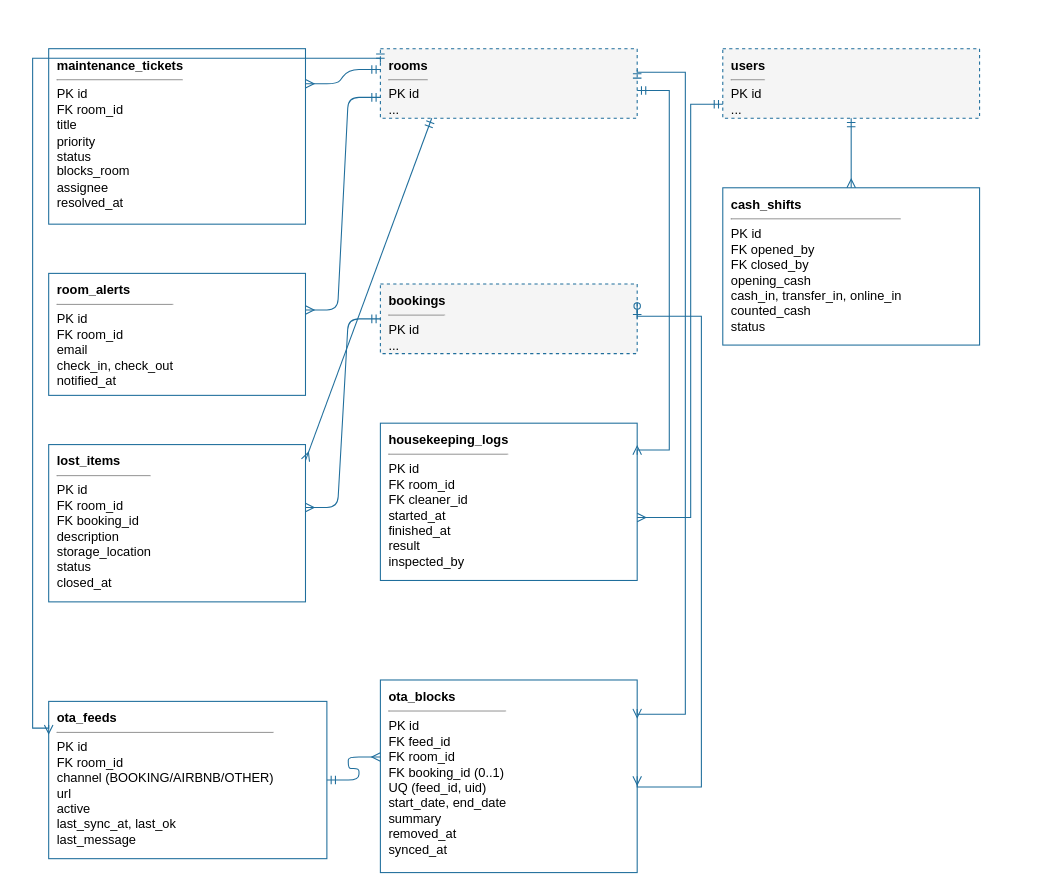
ngynquchn2511/beach-hotel keeps this draw.io diagram as docs/thiet-ke/erd-4-van-hanh.drawio. Above is the earlier version. Source tidied: cells renumbered, new cells numbered last; positions are measured from the earlier drawing's top-left corner, leaving out a move shared by most shapes. Both pictures are drawn from the tidied source at 107%, with x=0, y=0 at pixel (32, 48).
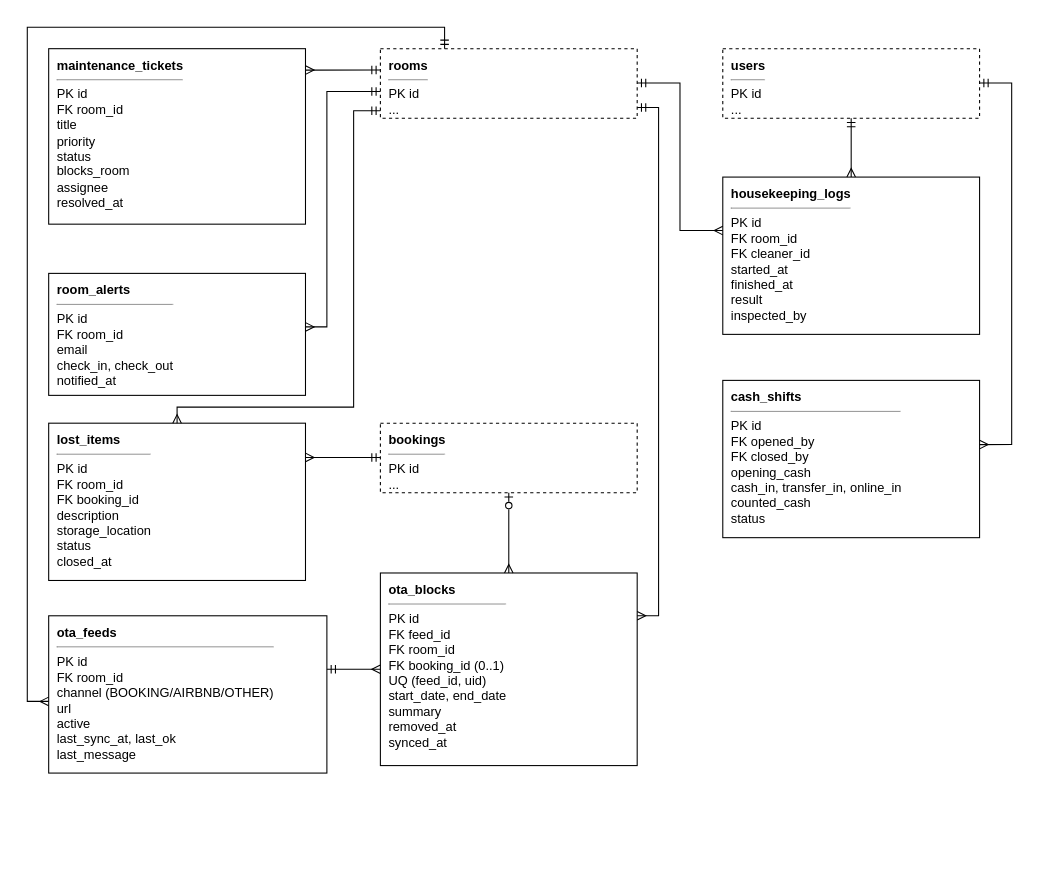
The same diagram, later.

Diff of the diagram source:
```diff
@@
-    <mxCell id="2" value="&lt;b&gt;maintenance_tickets&lt;/b&gt;&lt;hr size=&quot;1&quot;&gt;PK id&lt;br&gt;FK room_id&lt;br&gt;title&lt;br&gt;priority&lt;br&gt;status&lt;br&gt;blocks_room&lt;br&gt;assignee&lt;br&gt;resolved_at" style="rounded=0;whiteSpace=wrap;html=1;align=left;verticalAlign=top;spacingLeft=6;spacingTop=2;fillColor=#FFFFFF;strokeColor=#1F6E9C;fontSize=11;fontSize=12;" parent="1" vertex="1">
+    <mxCell id="2" value="&lt;b&gt;maintenance_tickets&lt;/b&gt;&lt;hr size=&quot;1&quot;&gt;PK id&lt;br&gt;FK room_id&lt;br&gt;title&lt;br&gt;priority&lt;br&gt;status&lt;br&gt;blocks_room&lt;br&gt;assignee&lt;br&gt;resolved_at" style="rounded=0;whiteSpace=wrap;html=1;align=left;verticalAlign=top;spacingLeft=6;spacingTop=2;fillColor=#FFFFFF;strokeColor=#000000;fontSize=11;fontSize=12;" parent="1" vertex="1">
       <mxGeometry x="15" width="240" height="164" as="geometry" />
     </mxCell>
-    <mxCell id="3" value="&lt;b&gt;room_alerts&lt;/b&gt;&lt;hr size=&quot;1&quot;&gt;PK id&lt;br&gt;FK room_id&lt;br&gt;email&lt;br&gt;check_in, check_out&lt;br&gt;notified_at" style="rounded=0;whiteSpace=wrap;html=1;align=left;verticalAlign=top;spacingLeft=6;spacingTop=2;fillColor=#FFFFFF;strokeColor=#1F6E9C;fontSize=11;fontSize=12;" parent="1" vertex="1">
+    <mxCell id="3" value="&lt;b&gt;room_alerts&lt;/b&gt;&lt;hr size=&quot;1&quot;&gt;PK id&lt;br&gt;FK room_id&lt;br&gt;email&lt;br&gt;check_in, check_out&lt;br&gt;notified_at" style="rounded=0;whiteSpace=wrap;html=1;align=left;verticalAlign=top;spacingLeft=6;spacingTop=2;fillColor=#FFFFFF;strokeColor=#000000;fontSize=11;fontSize=12;" parent="1" vertex="1">
       <mxGeometry x="15" y="210" width="240" height="114" as="geometry" />
     </mxCell>
-    <mxCell id="4" value="&lt;b&gt;lost_items&lt;/b&gt;&lt;hr size=&quot;1&quot;&gt;PK id&lt;br&gt;FK room_id&lt;br&gt;FK booking_id&lt;br&gt;description&lt;br&gt;storage_location&lt;br&gt;status&lt;br&gt;closed_at" style="rounded=0;whiteSpace=wrap;html=1;align=left;verticalAlign=top;spacingLeft=6;spacingTop=2;fillColor=#FFFFFF;strokeColor=#1F6E9C;fontSize=11;fontSize=12;" parent="1" vertex="1">
-      <mxGeometry x="15" y="370" width="240" height="147" as="geometry" />
+    <mxCell id="4" value="&lt;b&gt;lost_items&lt;/b&gt;&lt;hr size=&quot;1&quot;&gt;PK id&lt;br&gt;FK room_id&lt;br&gt;FK booking_id&lt;br&gt;description&lt;br&gt;storage_location&lt;br&gt;status&lt;br&gt;closed_at" style="rounded=0;whiteSpace=wrap;html=1;align=left;verticalAlign=top;spacingLeft=6;spacingTop=2;fillColor=#FFFFFF;strokeColor=#000000;fontSize=11;fontSize=12;" parent="1" vertex="1">
+      <mxGeometry x="15" y="350" width="240" height="147" as="geometry" />
     </mxCell>
-    <mxCell id="5" value="&lt;b&gt;rooms&lt;/b&gt;&lt;hr size=&quot;1&quot;&gt;PK id&lt;br&gt;..." style="rounded=0;whiteSpace=wrap;html=1;align=left;verticalAlign=top;spacingLeft=6;spacingTop=2;fillColor=#FFFFFF;strokeColor=#1F6E9C;fontSize=11;fillColor=#F5F5F5;dashed=1;fontSize=12;" parent="1" vertex="1">
+    <mxCell id="5" value="&lt;b&gt;rooms&lt;/b&gt;&lt;hr size=&quot;1&quot;&gt;PK id&lt;br&gt;..." style="rounded=0;whiteSpace=wrap;html=1;align=left;verticalAlign=top;spacingLeft=6;spacingTop=2;fillColor=#FFFFFF;strokeColor=#000000;fontSize=11;fillColor=#FFFFFF;dashed=1;fontSize=12;" parent="1" vertex="1">
       <mxGeometry x="325" width="240" height="65" as="geometry" />
     </mxCell>
-    <mxCell id="6" value="&lt;b&gt;bookings&lt;/b&gt;&lt;hr size=&quot;1&quot;&gt;PK id&lt;br&gt;..." style="rounded=0;whiteSpace=wrap;html=1;align=left;verticalAlign=top;spacingLeft=6;spacingTop=2;fillColor=#FFFFFF;strokeColor=#1F6E9C;fontSize=11;fillColor=#F5F5F5;dashed=1;fontSize=12;" parent="1" vertex="1">
-      <mxGeometry x="325" y="220" width="240" height="65" as="geometry" />
+    <mxCell id="6" value="&lt;b&gt;bookings&lt;/b&gt;&lt;hr size=&quot;1&quot;&gt;PK id&lt;br&gt;..." style="rounded=0;whiteSpace=wrap;html=1;align=left;verticalAlign=top;spacingLeft=6;spacingTop=2;fillColor=#FFFFFF;strokeColor=#000000;fontSize=11;fillColor=#FFFFFF;dashed=1;fontSize=12;" parent="1" vertex="1">
+      <mxGeometry x="325" y="350" width="240" height="65" as="geometry" />
     </mxCell>
-    <mxCell id="7" value="&lt;b&gt;housekeeping_logs&lt;/b&gt;&lt;hr size=&quot;1&quot;&gt;PK id&lt;br&gt;FK room_id&lt;br&gt;FK cleaner_id&lt;br&gt;started_at&lt;br&gt;finished_at&lt;br&gt;result&lt;br&gt;inspected_by" style="rounded=0;whiteSpace=wrap;html=1;align=left;verticalAlign=top;spacingLeft=6;spacingTop=2;fillColor=#FFFFFF;strokeColor=#1F6E9C;fontSize=11;fontSize=12;" parent="1" vertex="1">
-      <mxGeometry x="325" y="350" width="240" height="147" as="geometry" />
+    <mxCell id="7" value="&lt;b&gt;housekeeping_logs&lt;/b&gt;&lt;hr size=&quot;1&quot;&gt;PK id&lt;br&gt;FK room_id&lt;br&gt;FK cleaner_id&lt;br&gt;started_at&lt;br&gt;finished_at&lt;br&gt;result&lt;br&gt;inspected_by" style="rounded=0;whiteSpace=wrap;html=1;align=left;verticalAlign=top;spacingLeft=6;spacingTop=2;fillColor=#FFFFFF;strokeColor=#000000;fontSize=11;fontSize=12;" parent="1" vertex="1">
+      <mxGeometry x="645" y="120" width="240" height="147" as="geometry" />
     </mxCell>
-    <mxCell id="8" value="&lt;b&gt;users&lt;/b&gt;&lt;hr size=&quot;1&quot;&gt;PK id&lt;br&gt;..." style="rounded=0;whiteSpace=wrap;html=1;align=left;verticalAlign=top;spacingLeft=6;spacingTop=2;fillColor=#FFFFFF;strokeColor=#1F6E9C;fontSize=11;fillColor=#F5F5F5;dashed=1;fontSize=12;" parent="1" vertex="1">
+    <mxCell id="8" value="&lt;b&gt;users&lt;/b&gt;&lt;hr size=&quot;1&quot;&gt;PK id&lt;br&gt;..." style="rounded=0;whiteSpace=wrap;html=1;align=left;verticalAlign=top;spacingLeft=6;spacingTop=2;fillColor=#FFFFFF;strokeColor=#000000;fontSize=11;fillColor=#FFFFFF;dashed=1;fontSize=12;" parent="1" vertex="1">
       <mxGeometry x="645" width="240" height="65" as="geometry" />
     </mxCell>
-    <mxCell id="9" value="&lt;b&gt;cash_shifts&lt;/b&gt;&lt;hr size=&quot;1&quot;&gt;PK id&lt;br&gt;FK opened_by&lt;br&gt;FK closed_by&lt;br&gt;opening_cash&lt;br&gt;cash_in, transfer_in, online_in&lt;br&gt;counted_cash&lt;br&gt;status" style="rounded=0;whiteSpace=wrap;html=1;align=left;verticalAlign=top;spacingLeft=6;spacingTop=2;fillColor=#FFFFFF;strokeColor=#1F6E9C;fontSize=11;fontSize=12;" parent="1" vertex="1">
-      <mxGeometry x="645" y="130" width="240" height="147" as="geometry" />
+    <mxCell id="9" value="&lt;b&gt;cash_shifts&lt;/b&gt;&lt;hr size=&quot;1&quot;&gt;PK id&lt;br&gt;FK opened_by&lt;br&gt;FK closed_by&lt;br&gt;opening_cash&lt;br&gt;cash_in, transfer_in, online_in&lt;br&gt;counted_cash&lt;br&gt;status" style="rounded=0;whiteSpace=wrap;html=1;align=left;verticalAlign=top;spacingLeft=6;spacingTop=2;fillColor=#FFFFFF;strokeColor=#000000;fontSize=11;fontSize=12;" parent="1" vertex="1">
+      <mxGeometry x="645" y="310" width="240" height="147" as="geometry" />
     </mxCell>
-    <mxCell id="10" style="edgeStyle=entityRelationEdgeStyle;fontSize=12;html=1;endArrow=ERmany;startArrow=ERmandOne;endFill=0;startFill=0;strokeColor=#1F6E9C;exitX=0;exitY=0.3;exitDx=0;exitDy=0;entryX=1;entryY=0.2;entryDx=0;entryDy=0;" parent="1" edge="1" source="5" target="2">
+    <mxCell id="10" style="fontSize=12;html=1;endArrow=ERmany;startArrow=ERmandOne;endFill=0;startFill=0;strokeColor=#000000;edgeStyle=orthogonalEdgeStyle;rounded=0;exitX=0.0000;exitY=0.3077;exitPerimeter=0;entryX=1.0000;entryY=0.1220;entryPerimeter=0;" parent="1" edge="1" source="5" target="2">
       <mxGeometry relative="1" as="geometry" />
     </mxCell>
-    <mxCell id="11" style="edgeStyle=entityRelationEdgeStyle;fontSize=12;html=1;endArrow=ERmany;startArrow=ERmandOne;endFill=0;startFill=0;strokeColor=#1F6E9C;exitX=0;exitY=0.7;exitDx=0;exitDy=0;entryX=1;entryY=0.3;entryDx=0;entryDy=0;" parent="1" edge="1" source="5" target="3">
-      <mxGeometry relative="1" as="geometry" />
+    <mxCell id="11" style="fontSize=12;html=1;endArrow=ERmany;startArrow=ERmandOne;endFill=0;startFill=0;strokeColor=#000000;edgeStyle=orthogonalEdgeStyle;rounded=0;exitX=0.0000;exitY=0.6154;exitPerimeter=0;entryX=1.0000;entryY=0.4386;entryPerimeter=0;" parent="1" edge="1" source="5" target="3">
+      <mxGeometry relative="1" as="geometry">
+        <Array as="points">
+          <mxPoint x="275" y="40" />
+          <mxPoint x="275" y="260" />
+        </Array>
+      </mxGeometry>
     </mxCell>
-    <mxCell id="12" style="edgeStyle=entityRelationEdgeStyle;fontSize=12;html=1;endArrow=ERmany;startArrow=ERmandOne;endFill=0;startFill=0;strokeColor=#1F6E9C;edgeStyle=none;exitX=0.2;exitY=1;exitDx=0;exitDy=0;entryX=1;entryY=0.1;entryDx=0;entryDy=0;" parent="1" edge="1" source="5" target="4">
-      <mxGeometry relative="1" as="geometry" />
+    <mxCell id="12" style="fontSize=12;html=1;endArrow=ERmany;startArrow=ERmandOne;endFill=0;startFill=0;strokeColor=#000000;edgeStyle=orthogonalEdgeStyle;rounded=0;exitX=0.0000;exitY=0.8923;exitPerimeter=0;entryX=0.5000;entryY=0.0000;entryPerimeter=0;" parent="1" edge="1" source="5" target="4">
+      <mxGeometry relative="1" as="geometry">
+        <Array as="points">
+          <mxPoint x="300" y="58" />
+          <mxPoint x="300" y="335" />
+          <mxPoint x="135" y="335" />
+        </Array>
+      </mxGeometry>
     </mxCell>
-    <mxCell id="13" style="edgeStyle=entityRelationEdgeStyle;fontSize=12;html=1;endArrow=ERmany;startArrow=ERmandOne;endFill=0;startFill=0;strokeColor=#1F6E9C;exitX=0;exitY=0.5;exitDx=0;exitDy=0;entryX=1;entryY=0.4;entryDx=0;entryDy=0;" parent="1" edge="1" source="6" target="4">
+    <mxCell id="13" style="fontSize=12;html=1;endArrow=ERmany;startArrow=ERmandOne;endFill=0;startFill=0;strokeColor=#000000;edgeStyle=orthogonalEdgeStyle;rounded=0;exitX=0.0000;exitY=0.4923;exitPerimeter=0;entryX=1.0000;entryY=0.2177;entryPerimeter=0;" parent="1" edge="1" source="6" target="4">
       <mxGeometry relative="1" as="geometry" />
     </mxCell>
-    <mxCell id="14" style="edgeStyle=entityRelationEdgeStyle;fontSize=12;html=1;endArrow=ERmany;startArrow=ERmandOne;endFill=0;startFill=0;strokeColor=#1F6E9C;edgeStyle=orthogonalEdgeStyle;rounded=0;exitX=1;exitY=0.6;exitDx=0;exitDy=0;entryX=1;entryY=0.2;entryDx=0;entryDy=0;" parent="1" edge="1" source="5" target="7">
+    <mxCell id="14" style="fontSize=12;html=1;endArrow=ERmany;startArrow=ERmandOne;endFill=0;startFill=0;strokeColor=#000000;edgeStyle=orthogonalEdgeStyle;rounded=0;exitX=1.0000;exitY=0.4923;exitPerimeter=0;entryX=0.0000;entryY=0.3401;entryPerimeter=0;" parent="1" edge="1" source="5" target="7">
       <mxGeometry relative="1" as="geometry">
         <Array as="points">
-          <mxPoint x="595" y="39" />
-          <mxPoint x="595" y="375" />
+          <mxPoint x="605" y="32" />
+          <mxPoint x="605" y="170" />
         </Array>
       </mxGeometry>
     </mxCell>
-    <mxCell id="15" style="edgeStyle=entityRelationEdgeStyle;fontSize=12;html=1;endArrow=ERmany;startArrow=ERmandOne;endFill=0;startFill=0;strokeColor=#1F6E9C;edgeStyle=orthogonalEdgeStyle;rounded=0;exitX=0;exitY=0.8;exitDx=0;exitDy=0;entryX=1;entryY=0.6;entryDx=0;entryDy=0;" parent="1" edge="1" source="8" target="7">
-      <mxGeometry relative="1" as="geometry">
-        <Array as="points">
-          <mxPoint x="615" y="52" />
-          <mxPoint x="615" y="438" />
-        </Array>
-      </mxGeometry>
+    <mxCell id="15" style="fontSize=12;html=1;endArrow=ERmany;startArrow=ERmandOne;endFill=0;startFill=0;strokeColor=#000000;edgeStyle=orthogonalEdgeStyle;rounded=0;exitX=0.5000;exitY=1.0000;exitPerimeter=0;entryX=0.5000;entryY=0.0000;entryPerimeter=0;" parent="1" edge="1" source="8" target="7">
+      <mxGeometry relative="1" as="geometry" />
     </mxCell>
-    <mxCell id="16" style="edgeStyle=entityRelationEdgeStyle;fontSize=12;html=1;endArrow=ERmany;startArrow=ERmandOne;endFill=0;startFill=0;strokeColor=#1F6E9C;edgeStyle=orthogonalEdgeStyle;rounded=0;exitX=0.5;exitY=1;exitDx=0;exitDy=0;entryX=0.5;entryY=0;entryDx=0;entryDy=0;" parent="1" edge="1" source="8" target="9">
-      <mxGeometry relative="1" as="geometry" />
+    <mxCell id="16" style="fontSize=12;html=1;endArrow=ERmany;startArrow=ERmandOne;endFill=0;startFill=0;strokeColor=#000000;edgeStyle=orthogonalEdgeStyle;rounded=0;exitX=1.0000;exitY=0.4923;exitPerimeter=0;entryX=1.0000;entryY=0.4082;entryPerimeter=0;" parent="1" edge="1" source="8" target="9">
+      <mxGeometry relative="1" as="geometry">
+        <Array as="points">
+          <mxPoint x="915" y="32" />
+          <mxPoint x="915" y="370" />
+        </Array>
+      </mxGeometry>
     </mxCell>
-    <mxCell id="17" value="&lt;b&gt;ota_feeds&lt;/b&gt;&lt;hr size=&quot;1&quot;&gt;PK id&lt;br&gt;FK room_id&lt;br&gt;channel (BOOKING/AIRBNB/OTHER)&lt;br&gt;url&lt;br&gt;active&lt;br&gt;last_sync_at, last_ok&lt;br&gt;last_message" style="rounded=0;whiteSpace=wrap;html=1;align=left;verticalAlign=top;spacingLeft=6;spacingTop=2;fillColor=#FFFFFF;strokeColor=#1F6E9C;fontSize=11;fontSize=12;" parent="1" vertex="1">
-      <mxGeometry x="15" y="610" width="260" height="147" as="geometry" />
+    <mxCell id="17" value="&lt;b&gt;ota_feeds&lt;/b&gt;&lt;hr size=&quot;1&quot;&gt;PK id&lt;br&gt;FK room_id&lt;br&gt;channel (BOOKING/AIRBNB/OTHER)&lt;br&gt;url&lt;br&gt;active&lt;br&gt;last_sync_at, last_ok&lt;br&gt;last_message" style="rounded=0;whiteSpace=wrap;html=1;align=left;verticalAlign=top;spacingLeft=6;spacingTop=2;fillColor=#FFFFFF;strokeColor=#000000;fontSize=11;fontSize=12;" parent="1" vertex="1">
+      <mxGeometry x="15" y="530" width="260" height="147" as="geometry" />
     </mxCell>
-    <mxCell id="18" value="&lt;b&gt;ota_blocks&lt;/b&gt;&lt;hr size=&quot;1&quot;&gt;PK id&lt;br&gt;FK feed_id&lt;br&gt;FK room_id&lt;br&gt;FK booking_id (0..1)&lt;br&gt;UQ (feed_id, uid)&lt;br&gt;start_date, end_date&lt;br&gt;summary&lt;br&gt;removed_at&lt;br&gt;synced_at" style="rounded=0;whiteSpace=wrap;html=1;align=left;verticalAlign=top;spacingLeft=6;spacingTop=2;fillColor=#FFFFFF;strokeColor=#1F6E9C;fontSize=11;fontSize=12;" parent="1" vertex="1">
-      <mxGeometry x="325" y="590" width="240" height="180" as="geometry" />
+    <mxCell id="18" value="&lt;b&gt;ota_blocks&lt;/b&gt;&lt;hr size=&quot;1&quot;&gt;PK id&lt;br&gt;FK feed_id&lt;br&gt;FK room_id&lt;br&gt;FK booking_id (0..1)&lt;br&gt;UQ (feed_id, uid)&lt;br&gt;start_date, end_date&lt;br&gt;summary&lt;br&gt;removed_at&lt;br&gt;synced_at" style="rounded=0;whiteSpace=wrap;html=1;align=left;verticalAlign=top;spacingLeft=6;spacingTop=2;fillColor=#FFFFFF;strokeColor=#000000;fontSize=11;fontSize=12;" parent="1" vertex="1">
+      <mxGeometry x="325" y="490" width="240" height="180" as="geometry" />
     </mxCell>
-    <mxCell id="19" style="edgeStyle=entityRelationEdgeStyle;fontSize=12;html=1;endArrow=ERmany;startArrow=ERmandOne;endFill=0;startFill=0;strokeColor=#1F6E9C;exitX=1;exitY=0.5;exitDx=0;exitDy=0;entryX=0;entryY=0.4;entryDx=0;entryDy=0;" parent="1" edge="1" source="17" target="18">
+    <mxCell id="19" style="fontSize=12;html=1;endArrow=ERmany;startArrow=ERmandOne;endFill=0;startFill=0;strokeColor=#000000;edgeStyle=orthogonalEdgeStyle;rounded=0;exitX=1.0000;exitY=0.3401;exitPerimeter=0;entryX=0.0000;entryY=0.5000;entryPerimeter=0;" parent="1" edge="1" source="17" target="18">
       <mxGeometry relative="1" as="geometry" />
     </mxCell>
-    <mxCell id="20" style="edgeStyle=entityRelationEdgeStyle;fontSize=12;html=1;endArrow=ERmany;startArrow=ERmandOne;endFill=0;startFill=0;strokeColor=#1F6E9C;edgeStyle=orthogonalEdgeStyle;rounded=0;exitX=0;exitY=0.2;exitDx=0;exitDy=0;entryX=0;entryY=0.15;entryDx=0;entryDy=0;" parent="1" edge="1" source="5" target="17">
+    <mxCell id="20" style="fontSize=12;html=1;endArrow=ERmany;startArrow=ERmandOne;endFill=0;startFill=0;strokeColor=#000000;edgeStyle=orthogonalEdgeStyle;rounded=0;exitX=0.2500;exitY=0.0000;exitPerimeter=0;entryX=0.0000;entryY=0.5442;entryPerimeter=0;" parent="1" edge="1" source="5" target="17">
       <mxGeometry relative="1" as="geometry">
         <Array as="points">
-          <mxPoint y="9" />
-          <mxPoint y="635" />
+          <mxPoint x="385" y="-20" />
+          <mxPoint x="-5" y="-20" />
+          <mxPoint x="-5" y="610" />
         </Array>
       </mxGeometry>
     </mxCell>
-    <mxCell id="21" style="edgeStyle=entityRelationEdgeStyle;fontSize=12;html=1;endArrow=ERmany;startArrow=ERmandOne;endFill=0;startFill=0;strokeColor=#1F6E9C;edgeStyle=orthogonalEdgeStyle;rounded=0;exitX=1;exitY=0.3;exitDx=0;exitDy=0;entryX=1;entryY=0.15;entryDx=0;entryDy=0;" parent="1" edge="1" source="5" target="18">
+    <mxCell id="21" style="fontSize=12;html=1;endArrow=ERmany;startArrow=ERmandOne;endFill=0;startFill=0;strokeColor=#000000;edgeStyle=orthogonalEdgeStyle;rounded=0;exitX=1.0000;exitY=0.8462;exitPerimeter=0;entryX=1.0000;entryY=0.2222;entryPerimeter=0;" parent="1" edge="1" source="5" target="18">
       <mxGeometry relative="1" as="geometry">
         <Array as="points">
-          <mxPoint x="610" y="22" />
-          <mxPoint x="610" y="622" />
+          <mxPoint x="585" y="55" />
+          <mxPoint x="585" y="530" />
         </Array>
       </mxGeometry>
     </mxCell>
-    <mxCell id="22" style="edgeStyle=entityRelationEdgeStyle;fontSize=12;html=1;endArrow=ERmany;startArrow=ERzeroToOne;endFill=0;startFill=0;strokeColor=#1F6E9C;edgeStyle=orthogonalEdgeStyle;rounded=0;exitX=1;exitY=0.5;exitDx=0;exitDy=0;entryX=1;entryY=0.5;entryDx=0;entryDy=0;" parent="1" edge="1" source="6" target="18">
-      <mxGeometry relative="1" as="geometry">
-        <Array as="points">
-          <mxPoint x="625" y="250" />
-          <mxPoint x="625" y="690" />
-        </Array>
-      </mxGeometry>
+    <mxCell id="22" style="fontSize=12;html=1;endArrow=ERmany;startArrow=ERzeroToOne;endFill=0;startFill=0;strokeColor=#000000;edgeStyle=orthogonalEdgeStyle;rounded=0;exitX=0.5000;exitY=1.0000;exitPerimeter=0;entryX=0.5000;entryY=0.0000;entryPerimeter=0;" parent="1" edge="1" source="6" target="18">
+      <mxGeometry relative="1" as="geometry" />
     </mxCell>
```
